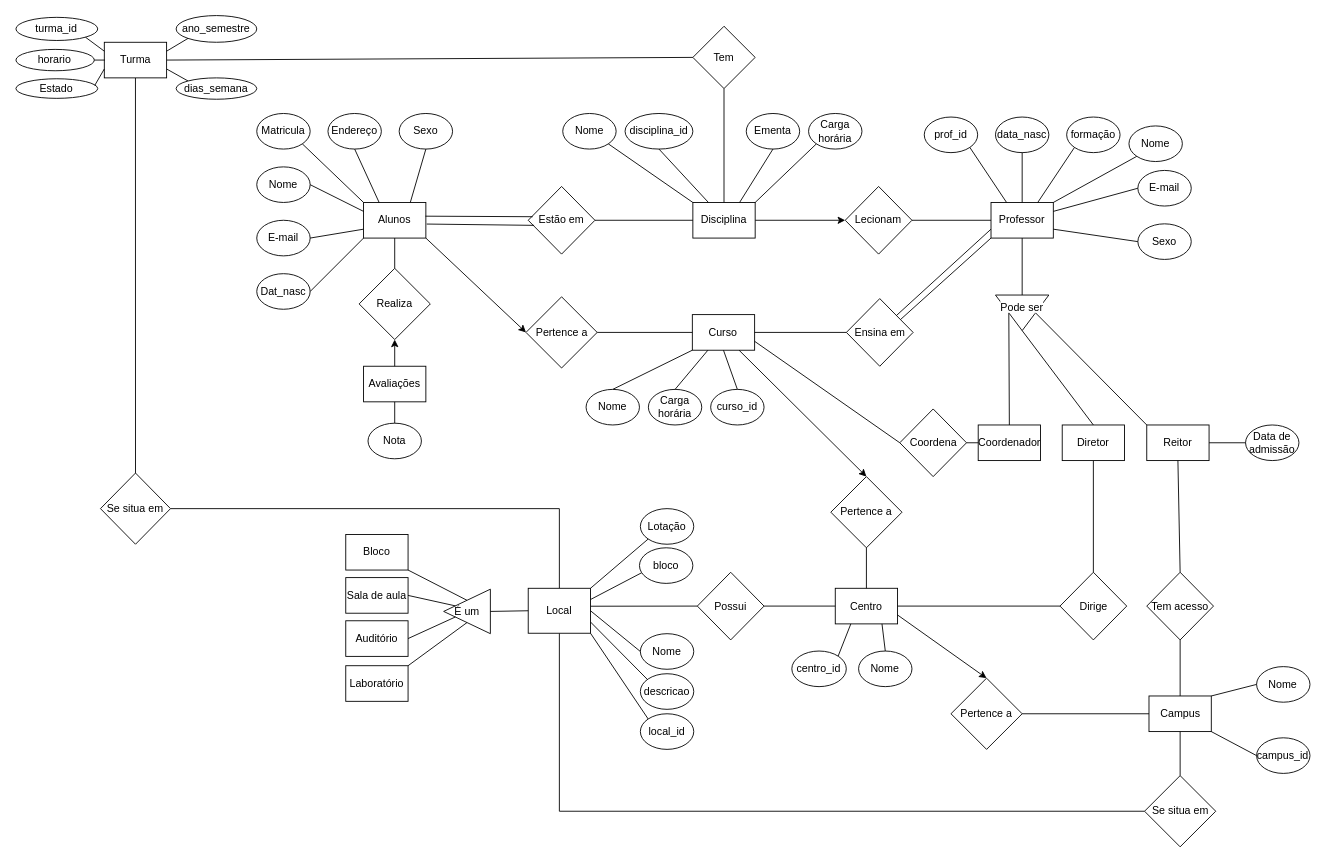
This is trabalho_1.drawio from Walrusbane524/Fundamentos-de-Bancos-de-Dados, a draw.io file, before an edit. Source tidied: cells renumbered, new cells numbered last; positions are measured from the earlier drawing's top-left corner, leaving out a move shared by most shapes. Both pictures are drawn from the tidied source at 89%, with x=0, y=0 at pixel (15, 15).
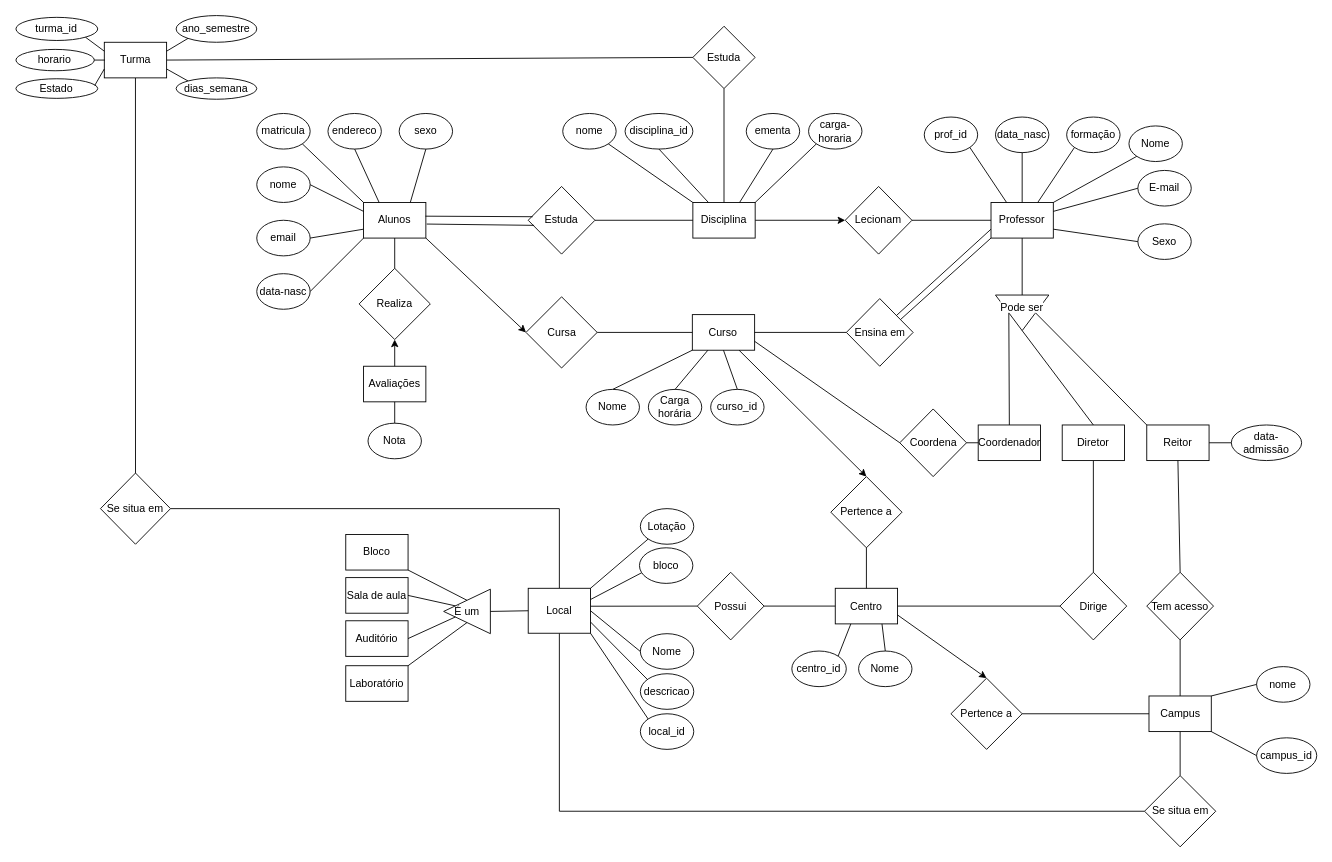
The same diagram, later.

What changed in the source:
```diff
@@
     <mxCell id="18" value="campus_id" style="ellipse;whiteSpace=wrap;html=1;" parent="1" vertex="1">
-      <mxGeometry x="1394.4" y="811.5" width="60" height="40" as="geometry" />
+      <mxGeometry x="1394.4" y="811.5" width="67.6" height="40" as="geometry" />
     </mxCell>
-    <mxCell id="19" value="Nome" style="ellipse;whiteSpace=wrap;html=1;" parent="1" vertex="1">
+    <mxCell id="19" value="nome" style="ellipse;whiteSpace=wrap;html=1;" parent="1" vertex="1">
       <mxGeometry x="1394.4" y="731.5" width="60" height="40" as="geometry" />
     </mxCell>
@@
-    <mxCell id="30" value="Pertence&amp;nbsp;a" style="rhombus;whiteSpace=wrap;html=1;" parent="1" vertex="1">
+    <mxCell id="30" value="Cursa" style="rhombus;whiteSpace=wrap;html=1;" parent="1" vertex="1">
       <mxGeometry x="573.5" y="316" width="80" height="80" as="geometry" />
     </mxCell>
@@
-    <mxCell id="40" value="Data de admissão" style="ellipse;whiteSpace=wrap;html=1;" parent="1" vertex="1">
-      <mxGeometry x="1382" y="460" width="60" height="40" as="geometry" />
+    <mxCell id="40" value="data-admissão" style="ellipse;whiteSpace=wrap;html=1;" parent="1" vertex="1">
+      <mxGeometry x="1366" y="460" width="79" height="40" as="geometry" />
     </mxCell>
@@
-    <mxCell id="64" value="Tem" style="rhombus;whiteSpace=wrap;html=1;" parent="1" vertex="1">
+    <mxCell id="64" value="Estuda" style="rhombus;whiteSpace=wrap;html=1;" parent="1" vertex="1">
       <mxGeometry x="761" y="12" width="70" height="70" as="geometry" />
     </mxCell>
@@
-    <mxCell id="100" value="Nome" style="ellipse;whiteSpace=wrap;html=1;" parent="1" vertex="1">
+    <mxCell id="100" value="nome" style="ellipse;whiteSpace=wrap;html=1;" parent="1" vertex="1">
       <mxGeometry x="271" y="170" width="60" height="40" as="geometry" />
     </mxCell>
-    <mxCell id="101" value="Matricula" style="ellipse;whiteSpace=wrap;html=1;" parent="1" vertex="1">
+    <mxCell id="101" value="matricula" style="ellipse;whiteSpace=wrap;html=1;" parent="1" vertex="1">
       <mxGeometry x="271" y="110" width="60" height="40" as="geometry" />
     </mxCell>
-    <mxCell id="102" value="E-mail" style="ellipse;whiteSpace=wrap;html=1;" parent="1" vertex="1">
+    <mxCell id="102" value="email" style="ellipse;whiteSpace=wrap;html=1;" parent="1" vertex="1">
       <mxGeometry x="271" y="230" width="60" height="40" as="geometry" />
     </mxCell>
-    <mxCell id="103" value="Dat_nasc" style="ellipse;whiteSpace=wrap;html=1;" parent="1" vertex="1">
+    <mxCell id="103" value="data-nasc" style="ellipse;whiteSpace=wrap;html=1;" parent="1" vertex="1">
       <mxGeometry x="271" y="290" width="60" height="40" as="geometry" />
     </mxCell>
-    <mxCell id="104" value="Sexo" style="ellipse;whiteSpace=wrap;html=1;" parent="1" vertex="1">
+    <mxCell id="104" value="sexo" style="ellipse;whiteSpace=wrap;html=1;" parent="1" vertex="1">
       <mxGeometry x="431" y="110" width="60" height="40" as="geometry" />
     </mxCell>
-    <mxCell id="105" value="Endereço" style="ellipse;whiteSpace=wrap;html=1;" parent="1" vertex="1">
+    <mxCell id="105" value="endereco" style="ellipse;whiteSpace=wrap;html=1;" parent="1" vertex="1">
       <mxGeometry x="351" y="110" width="60" height="40" as="geometry" />
     </mxCell>
@@
-    <mxCell id="112" value="Estão em" style="rhombus;whiteSpace=wrap;html=1;" parent="1" vertex="1">
+    <mxCell id="112" value="Estuda" style="rhombus;whiteSpace=wrap;html=1;" parent="1" vertex="1">
       <mxGeometry x="576" y="192" width="75" height="76" as="geometry" />
     </mxCell>
@@
-    <mxCell id="115" value="Ementa" style="ellipse;whiteSpace=wrap;html=1;" parent="1" vertex="1">
+    <mxCell id="115" value="ementa" style="ellipse;whiteSpace=wrap;html=1;" parent="1" vertex="1">
       <mxGeometry x="821" y="110" width="60" height="40" as="geometry" />
     </mxCell>
-    <mxCell id="116" value="Carga horária" style="ellipse;whiteSpace=wrap;html=1;" parent="1" vertex="1">
+    <mxCell id="116" value="carga-horaria" style="ellipse;whiteSpace=wrap;html=1;" parent="1" vertex="1">
       <mxGeometry x="891" y="110" width="60" height="40" as="geometry" />
     </mxCell>
-    <mxCell id="117" value="Nome" style="ellipse;whiteSpace=wrap;html=1;" parent="1" vertex="1">
+    <mxCell id="117" value="nome" style="ellipse;whiteSpace=wrap;html=1;" parent="1" vertex="1">
       <mxGeometry x="614.8" y="110" width="60" height="40" as="geometry" />
     </mxCell>
```
